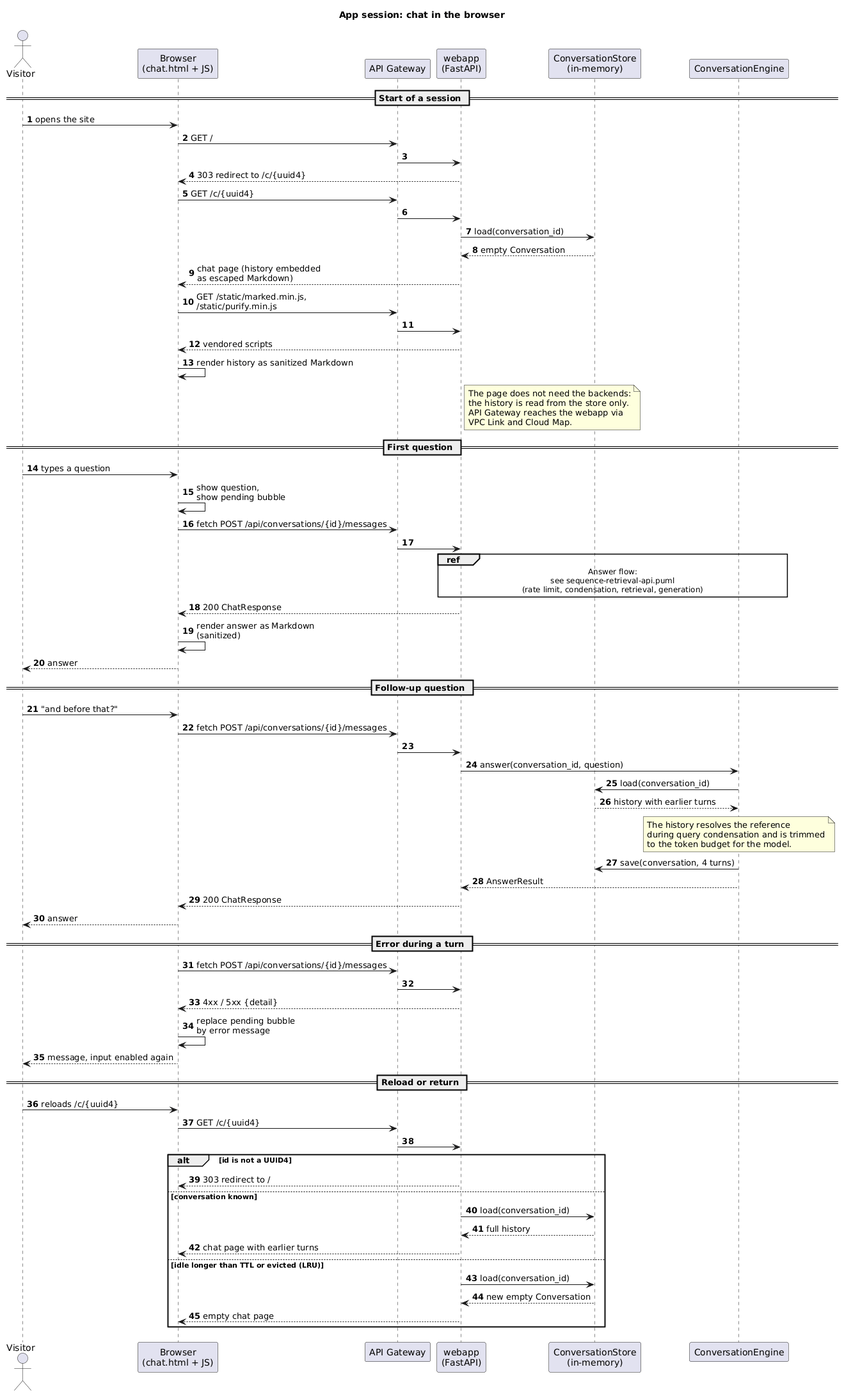
Before: docs/sequence-retrieval-session.png, a diagram exported from PlantUML (Fabian-Winter/cvbot-retriever).
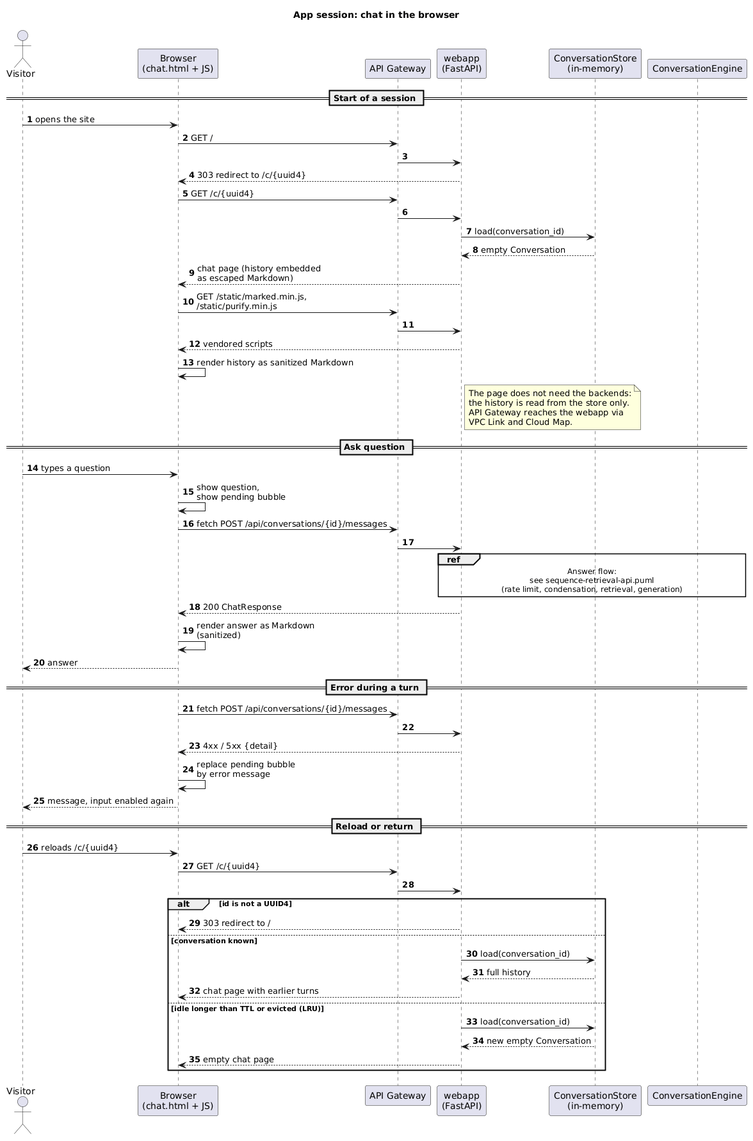
The same diagram one commit later.

Diff of the diagram source:
```diff
@@ -30,7 +30,7 @@
   VPC Link and Cloud Map.
 end note
 
-== First question ==
+== Ask question ==
 visitor -> browser : types a question
 browser -> browser : show question,\nshow pending bubble
 browser -> apigw : fetch POST /api/conversations/{id}/messages
@@ -42,23 +42,6 @@
 end ref
 web --> browser : 200 ChatResponse
 browser -> browser : render answer as Markdown\n(sanitized)
-browser --> visitor : answer
-
-== Follow-up question ==
-visitor -> browser : "and before that?"
-browser -> apigw : fetch POST /api/conversations/{id}/messages
-apigw -> web
-web -> engine : answer(conversation_id, question)
-engine -> store : load(conversation_id)
-store --> engine : history with earlier turns
-note over engine
-  The history resolves the reference
-  during query condensation and is trimmed
-  to the token budget for the model.
-end note
-engine -> store : save(conversation, 4 turns)
-engine --> web : AnswerResult
-web --> browser : 200 ChatResponse
 browser --> visitor : answer
 
 == Error during a turn ==
```
